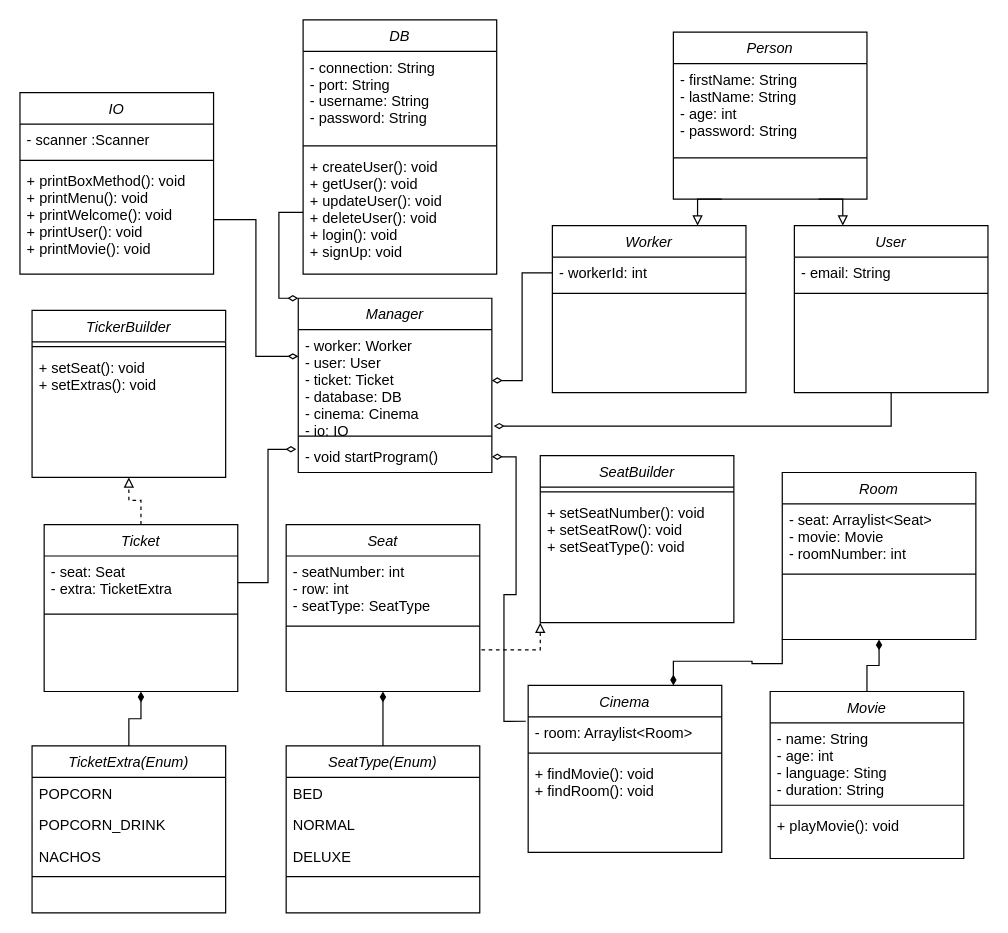
Earlier version of the draw.io diagram CinemaSystem/diagram/class-diagramm.drawio (shawn-lacarta/M326_CinemaBookingSystem). Source tidied: cells renumbered, new cells numbered last; positions are measured from the earlier drawing's top-left corner, leaving out a move shared by most shapes. Both pictures are drawn from the tidied source at 121%, with x=0, y=0 at pixel (19, 19).
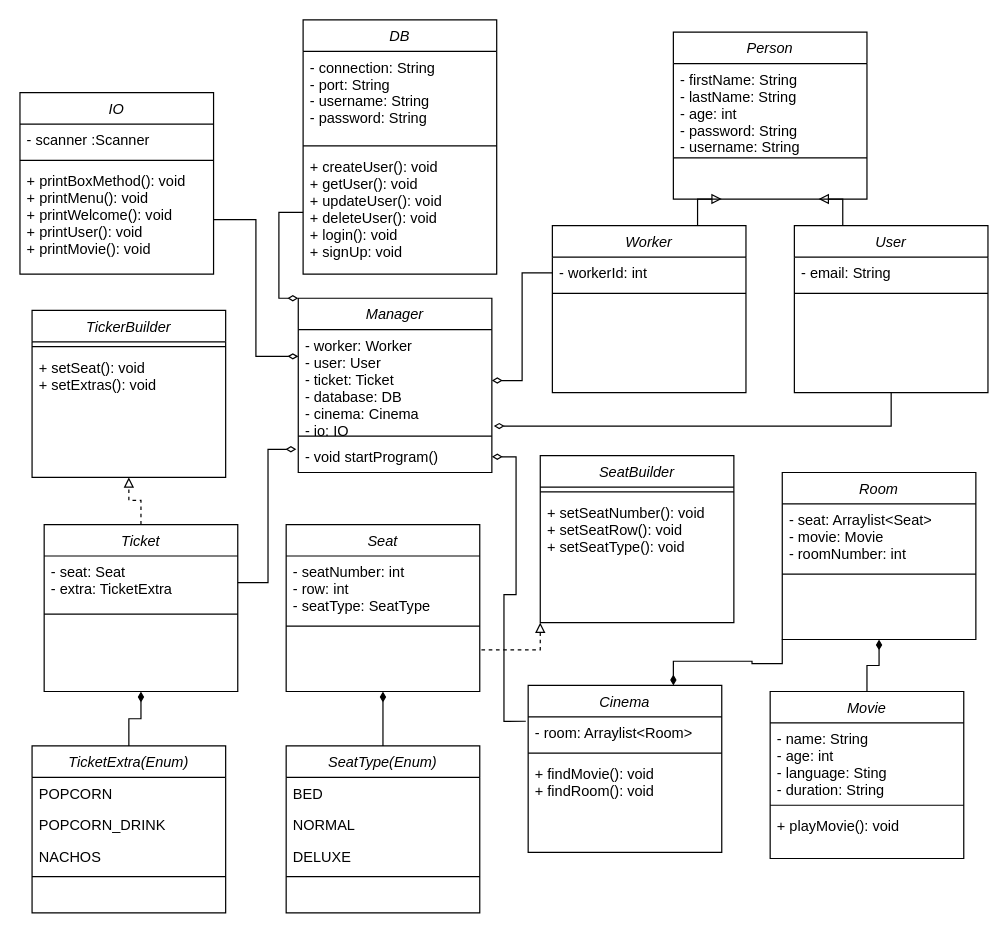
The same diagram, later.

Commit message:
fields in person dir

Unchanged cells that the change refers to:
```xml
<mxCell id="15" value="Worker" style="swimlane;fontStyle=2;align=center;verticalAlign=top;horizontal=1;startSize=26;rounded=0;shadow=0;strokeWidth=1;" parent="1" vertex="1">
  <mxGeometry x="440" y="170" width="160" height="138" as="geometry" />
</mxCell>
<mxCell id="37" value="User" style="swimlane;fontStyle=2;align=center;verticalAlign=top;horizontal=1;startSize=26;rounded=0;shadow=0;strokeWidth=1;" parent="1" vertex="1">
  <mxGeometry x="640" y="170" width="160" height="138" as="geometry" />
</mxCell>
<mxCell id="46" value="Person" style="swimlane;fontStyle=2;align=center;verticalAlign=top;horizontal=1;startSize=26;rounded=0;shadow=0;strokeWidth=1;" parent="1" vertex="1">
  <mxGeometry x="540" y="10" width="160" height="138" as="geometry" />
</mxCell>
```

What changed in the source:
```diff
@@
-    <mxCell id="44" style="edgeStyle=orthogonalEdgeStyle;rounded=0;jettySize=auto;html=1;exitX=0.25;exitY=1;exitDx=0;exitDy=0;entryX=0.75;entryY=0;entryDx=0;entryDy=0;endArrow=block;endFill=0;" parent="1" edge="1" source="46" target="15">
+    <mxCell id="44" style="edgeStyle=orthogonalEdgeStyle;rounded=0;jettySize=auto;html=1;exitX=0.25;exitY=1;exitDx=0;exitDy=0;entryX=0.75;entryY=0;entryDx=0;entryDy=0;endArrow=none;endFill=0;startArrow=block;startFill=0;" parent="1" edge="1" source="46" target="15">
       <mxGeometry relative="1" as="geometry" />
     </mxCell>
-    <mxCell id="45" style="edgeStyle=orthogonalEdgeStyle;rounded=0;jettySize=auto;html=1;exitX=0.75;exitY=1;exitDx=0;exitDy=0;entryX=0.25;entryY=0;entryDx=0;entryDy=0;endArrow=block;endFill=0;" parent="1" edge="1" source="46" target="37">
+    <mxCell id="45" style="edgeStyle=orthogonalEdgeStyle;rounded=0;jettySize=auto;html=1;exitX=0.75;exitY=1;exitDx=0;exitDy=0;entryX=0.25;entryY=0;entryDx=0;entryDy=0;endArrow=none;endFill=0;startArrow=block;startFill=0;" parent="1" edge="1" source="46" target="37">
       <mxGeometry relative="1" as="geometry" />
     </mxCell>
@@
-    <mxCell id="47" value="- firstName: String&#10;- lastName: String&#10;- age: int&#10;- password: String" style="text;align=left;verticalAlign=top;spacingLeft=4;spacingRight=4;overflow=hidden;" parent="46" vertex="1">
+    <mxCell id="47" value="- firstName: String&#10;- lastName: String&#10;- age: int&#10;- password: String&#10;- username: String" style="text;align=left;verticalAlign=top;spacingLeft=4;spacingRight=4;overflow=hidden;" parent="46" vertex="1">
       <mxGeometry y="26" width="160" height="74" as="geometry" />
     </mxCell>
```
